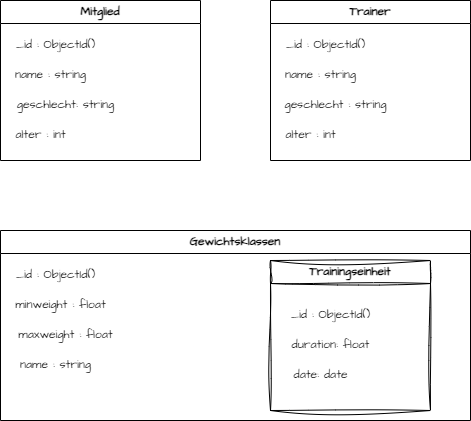
Before: KN02/B_Diagramm.png, a diagram exported from draw.io (Noah8820/m165_2024). Source tidied: cells renumbered, new cells last; positions are measured from the earlier drawing's top-left corner, leaving out a move shared by most shapes.
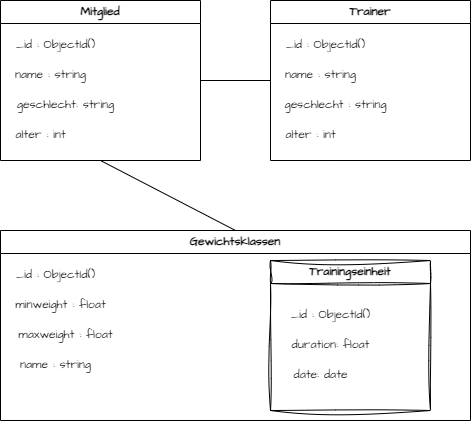
Later version of the same file.

Diff of the diagram source:
```diff
@@ -59,5 +59,11 @@
     <mxCell id="20" value="name : string" style="text;html=1;align=center;verticalAlign=middle;strokeColor=none;fillColor=none;fontFamily=Architects Daughter;fontSource=https%3A%2F%2Ffonts.googleapis.com%2Fcss%3Ffamily%3DArchitects%2BDaughter;" parent="12" vertex="1">
       <mxGeometry x="10" y="120" width="90" height="30" as="geometry" />
     </mxCell>
+    <mxCell id="21" style="endArrow=none;html=1;rounded=0;hachureGap=4;fontFamily=Architects Daughter;fontSource=https%3A%2F%2Ffonts.googleapis.com%2Fcss%3Ffamily%3DArchitects%2BDaughter;entryX=0;entryY=0.5;entryDx=0;entryDy=0;exitX=1;exitY=0.5;exitDx=0;exitDy=0;" parent="1" edge="1" source="2" target="7">
+      <mxGeometry relative="1" as="geometry" />
+    </mxCell>
+    <mxCell id="22" style="endArrow=none;html=1;rounded=0;hachureGap=4;fontFamily=Architects Daughter;fontSource=https%3A%2F%2Ffonts.googleapis.com%2Fcss%3Ffamily%3DArchitects%2BDaughter;entryX=0.5;entryY=1;entryDx=0;entryDy=0;exitX=0.5;exitY=0;exitDx=0;exitDy=0;" parent="1" edge="1" source="12" target="2">
+      <mxGeometry relative="1" as="geometry" />
+    </mxCell>
   </root>
 </mxGraphModel>
```
